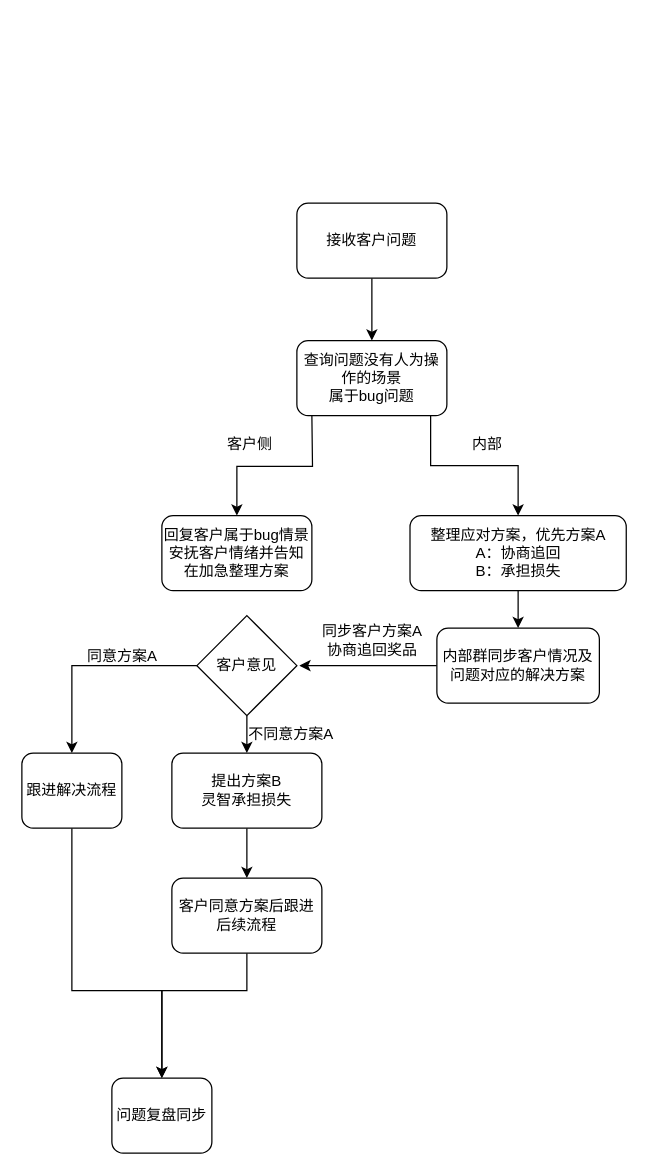
Above: 未命名绘图.drawio in TingFeng121/iodraw-files (draw.io), before the change. Source tidied: cells renumbered, new cells numbered last; positions are measured from the earlier drawing's top-left corner, leaving out a move shared by most shapes. Both pictures are drawn from the tidied source at 125%, with x=0, y=0 at pixel (21, 202).
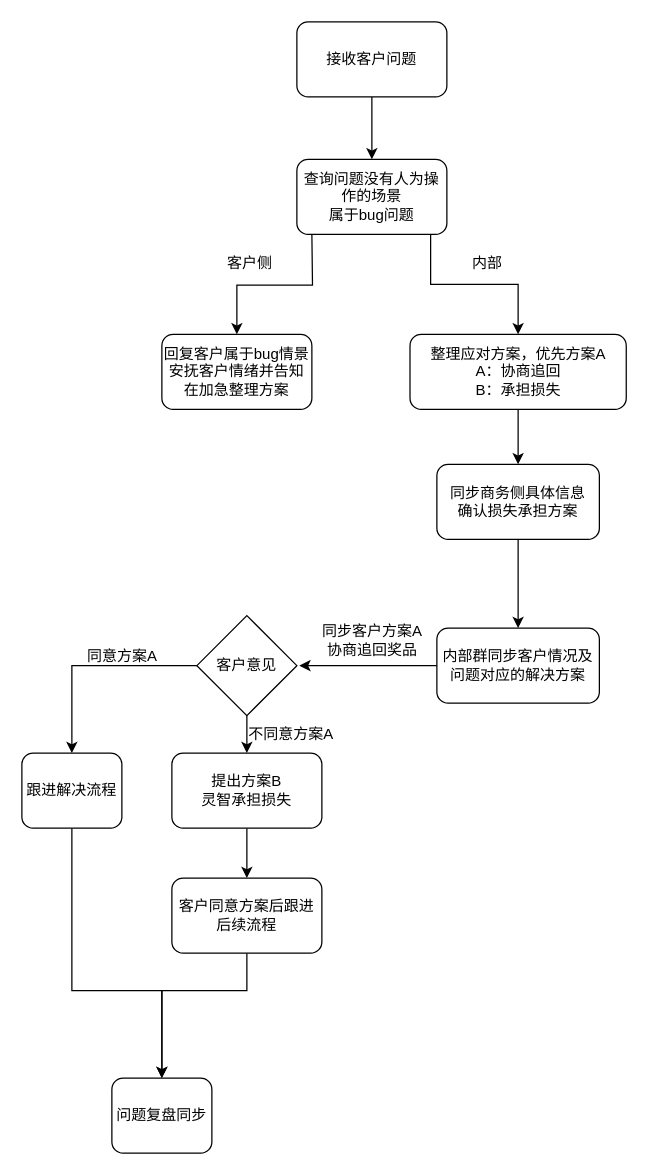
Above is the later version.

Commit message:
更新未命名绘图.drawio

The change refers to these unchanged cells:
```xml
<mxCell id="13" value="内部群同步客户情况及问题对应的解决方案" style="whiteSpace=wrap;html=1;rounded=1;" parent="1" vertex="1">
  <mxGeometry x="332" y="340" width="130" height="60" as="geometry" />
</mxCell>
```

Diff of the diagram source:
```diff
@@
     <mxCell id="3" value="接收客户问题" style="rounded=1;whiteSpace=wrap;html=1;" parent="1" vertex="1">
-      <mxGeometry x="220" width="120" height="60" as="geometry" />
+      <mxGeometry x="220" y="-145" width="120" height="60" as="geometry" />
     </mxCell>
     <mxCell id="4" style="edgeStyle=orthogonalEdgeStyle;rounded=0;jettySize=auto;html=1;exitX=0.75;exitY=1;exitDx=0;exitDy=0;entryX=0.5;entryY=0;entryDx=0;entryDy=0;" parent="1" edge="1" target="10">
       <mxGeometry relative="1" as="geometry">
-        <mxPoint x="327" y="170" as="sourcePoint" />
+        <mxPoint x="327" y="25" as="sourcePoint" />
         <Array as="points">
-          <mxPoint x="327" y="210" />
-          <mxPoint x="397" y="210" />
+          <mxPoint x="327" y="65" />
+          <mxPoint x="397" y="65" />
         </Array>
       </mxGeometry>
     </mxCell>
     <mxCell id="5" style="edgeStyle=orthogonalEdgeStyle;rounded=0;jettySize=auto;html=1;exitX=0.25;exitY=1;exitDx=0;exitDy=0;entryX=0.5;entryY=0;entryDx=0;entryDy=0;" parent="1" edge="1" target="7">
       <mxGeometry relative="1" as="geometry">
-        <mxPoint x="232" y="170" as="sourcePoint" />
+        <mxPoint x="232" y="25" as="sourcePoint" />
       </mxGeometry>
     </mxCell>
     <mxCell id="6" value="查询问题没有人为操作的场景&lt;div&gt;属于bug问题&lt;/div&gt;" style="whiteSpace=wrap;html=1;rounded=1;" parent="1" vertex="1">
-      <mxGeometry x="220" y="110" width="120" height="60" as="geometry" />
+      <mxGeometry x="220" y="-35" width="120" height="60" as="geometry" />
     </mxCell>
     <mxCell id="7" value="回复客户属于bug情景&lt;div&gt;安抚客户情绪并告知在加急整理方案&lt;/div&gt;" style="whiteSpace=wrap;html=1;rounded=1;" parent="1" vertex="1">
-      <mxGeometry x="112" y="250" width="120" height="60" as="geometry" />
+      <mxGeometry x="112" y="105" width="120" height="60" as="geometry" />
     </mxCell>
     <mxCell id="8" value="客户侧" style="text;html=1;align=center;verticalAlign=middle;strokeColor=none;fillColor=none;" parent="1" vertex="1">
-      <mxGeometry x="152" y="178" width="60" height="30" as="geometry" />
+      <mxGeometry x="152" y="33" width="60" height="30" as="geometry" />
     </mxCell>
-    <mxCell id="9" style="edgeStyle=orthogonalEdgeStyle;rounded=0;jettySize=auto;html=1;" parent="1" edge="1" source="10" target="13">
+    <mxCell id="9" style="edgeStyle=orthogonalEdgeStyle;rounded=0;jettySize=auto;html=1;entryX=0.5;entryY=0;entryDx=0;entryDy=0;" parent="1" edge="1" source="10" target="28">
       <mxGeometry relative="1" as="geometry" />
     </mxCell>
     <mxCell id="10" value="整理应对方案，优先方案A&lt;div&gt;A：协商追回&lt;/div&gt;&lt;div&gt;&lt;span style=&quot;background-color: transparent; color: light-dark(rgb(0, 0, 0), rgb(255, 255, 255));&quot;&gt;B：承担损失&lt;/span&gt;&lt;/div&gt;" style="whiteSpace=wrap;html=1;rounded=1;" parent="1" vertex="1">
-      <mxGeometry x="310.5" y="250" width="173" height="60" as="geometry" />
+      <mxGeometry x="310.5" y="105" width="173" height="60" as="geometry" />
     </mxCell>
     <mxCell id="11" value="内部" style="text;html=1;align=center;verticalAlign=middle;strokeColor=none;fillColor=none;" parent="1" vertex="1">
-      <mxGeometry x="347" y="178" width="50" height="30" as="geometry" />
+      <mxGeometry x="347" y="33" width="50" height="30" as="geometry" />
     </mxCell>
@@
+    <mxCell id="27" style="edgeStyle=orthogonalEdgeStyle;rounded=0;jettySize=auto;html=1;" parent="1" edge="1" source="28" target="13">
+      <mxGeometry relative="1" as="geometry" />
+    </mxCell>
+    <mxCell id="28" value="同步商务侧具体信息&lt;br&gt;确认损失承担方案" style="whiteSpace=wrap;html=1;rounded=1;" parent="1" vertex="1">
+      <mxGeometry x="332" y="209" width="130" height="60" as="geometry" />
+    </mxCell>
```
